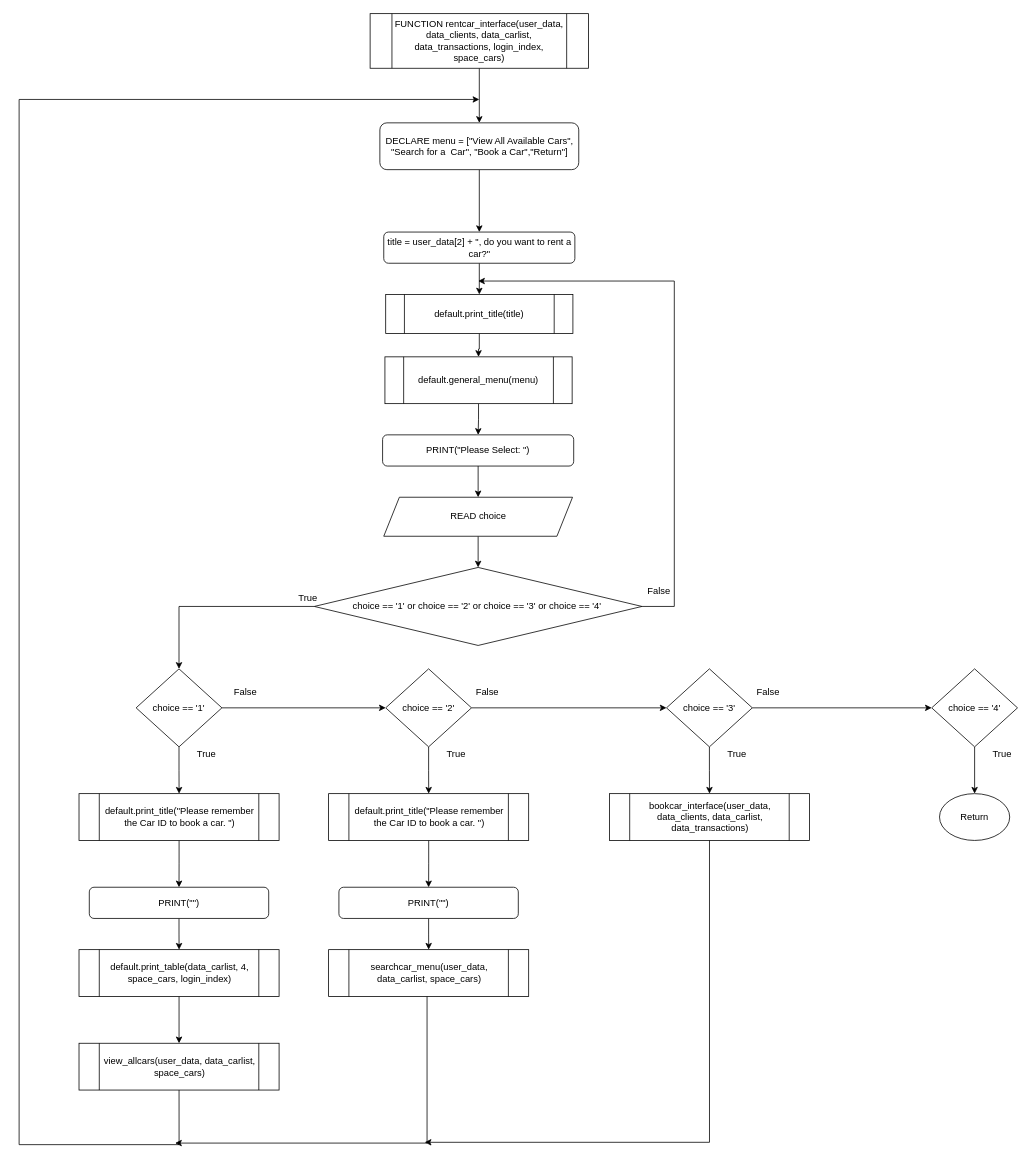
Before: Flowchart/clients/rentcar_interface.drawio in RabbitBear00/Car-Rental-System, a draw.io diagram. Source tidied: cells renumbered, new cells numbered last; positions are measured from the earlier drawing's top-left corner, leaving out a move shared by most shapes. Both pictures are drawn from the tidied source at 78%, with x=0, y=0 at pixel (19, 13).
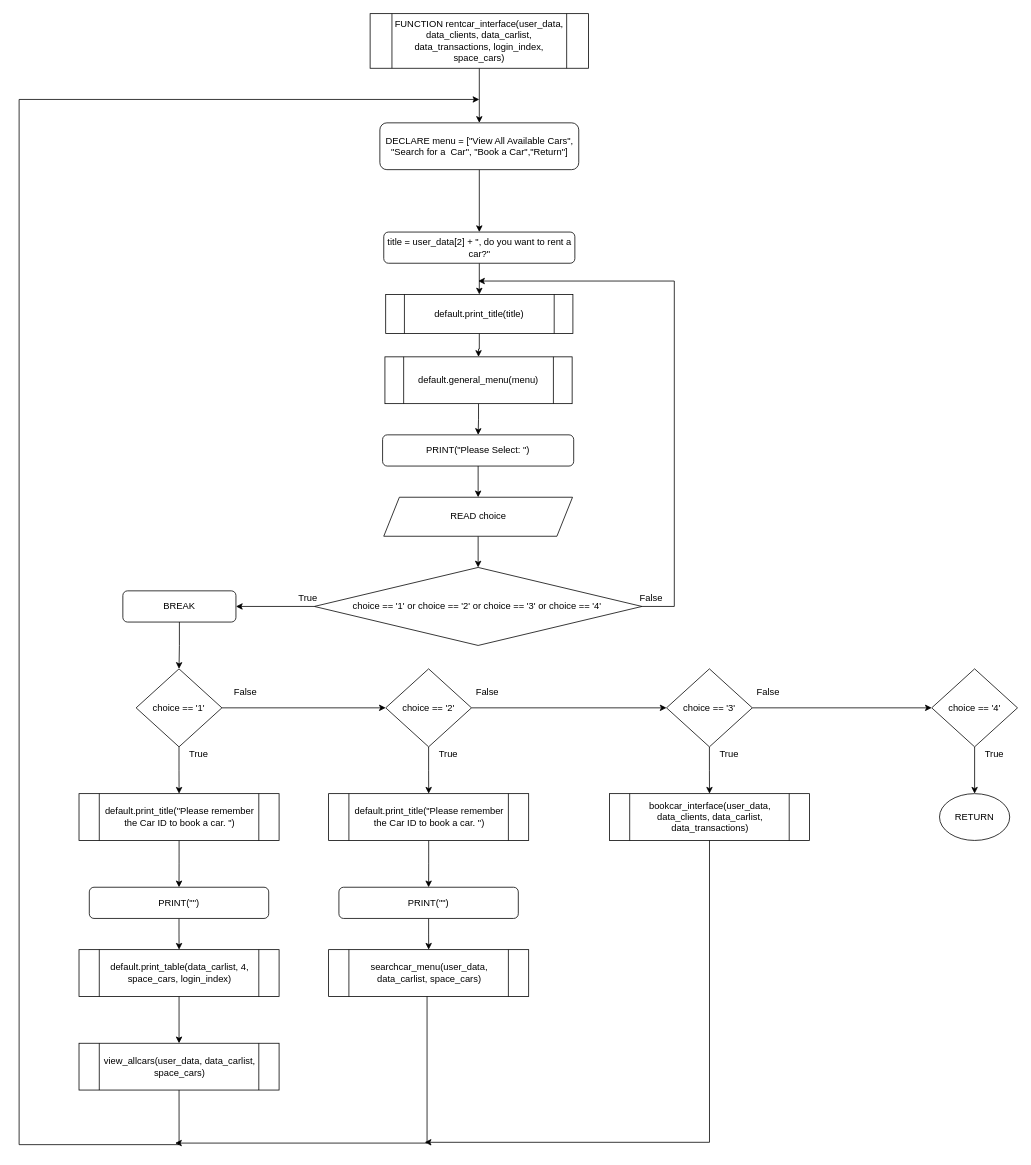
The same diagram, later.

The change refers to these unchanged cells:
```xml
<mxCell id="8" value="choice == '1' or choice == '2' or choice == '3' or choice == '4'&amp;nbsp;" style="rhombus;whiteSpace=wrap;html=1;" parent="1" vertex="1">
  <mxGeometry x="378.5" y="710" width="420" height="100" as="geometry" />
</mxCell>
<mxCell id="15" value="choice == '1'" style="rhombus;whiteSpace=wrap;html=1;" parent="1" vertex="1">
  <mxGeometry x="150" y="840" width="110" height="100" as="geometry" />
</mxCell>
```

Change to the diagram source:
```diff
@@
-    <mxCell id="6" style="edgeStyle=orthogonalEdgeStyle;rounded=0;jettySize=auto;html=1;exitX=0;exitY=0.5;exitDx=0;exitDy=0;entryX=0.5;entryY=0;entryDx=0;entryDy=0;" parent="1" edge="1" source="8" target="15">
-      <mxGeometry relative="1" as="geometry" />
-    </mxCell>
@@
+    <mxCell id="56" style="edgeStyle=orthogonalEdgeStyle;rounded=0;jettySize=auto;html=1;" parent="1" edge="1" source="8" target="58">
+      <mxGeometry relative="1" as="geometry" />
+    </mxCell>
@@
     <mxCell id="24" value="False" style="text;html=1;align=center;verticalAlign=middle;strokeColor=none;" parent="1" vertex="1">
-      <mxGeometry x="800" y="730" width="40" height="20" as="geometry" />
+      <mxGeometry x="790" y="740" width="40" height="20" as="geometry" />
     </mxCell>
@@
     <mxCell id="29" value="True" style="text;html=1;align=center;verticalAlign=middle;strokeColor=none;" parent="1" vertex="1">
-      <mxGeometry x="220" y="940" width="40" height="20" as="geometry" />
+      <mxGeometry x="210" y="940" width="40" height="20" as="geometry" />
     </mxCell>
     <mxCell id="30" value="True" style="text;html=1;align=center;verticalAlign=middle;strokeColor=none;" parent="1" vertex="1">
-      <mxGeometry x="540" y="940" width="40" height="20" as="geometry" />
+      <mxGeometry x="530" y="940" width="40" height="20" as="geometry" />
     </mxCell>
     <mxCell id="31" value="True" style="text;html=1;align=center;verticalAlign=middle;strokeColor=none;" parent="1" vertex="1">
-      <mxGeometry x="900" y="940" width="40" height="20" as="geometry" />
+      <mxGeometry x="890" y="940" width="40" height="20" as="geometry" />
     </mxCell>
     <mxCell id="32" value="True" style="text;html=1;align=center;verticalAlign=middle;strokeColor=none;" parent="1" vertex="1">
-      <mxGeometry x="1240" y="940" width="40" height="20" as="geometry" />
+      <mxGeometry x="1230" y="940" width="40" height="20" as="geometry" />
     </mxCell>
-    <mxCell id="33" value="Return" style="ellipse;whiteSpace=wrap;html=1;" parent="1" vertex="1">
+    <mxCell id="33" value="RETURN" style="ellipse;whiteSpace=wrap;html=1;" parent="1" vertex="1">
       <mxGeometry x="1180" y="1000" width="90" height="60" as="geometry" />
     </mxCell>
@@
+    <mxCell id="57" style="edgeStyle=orthogonalEdgeStyle;rounded=0;jettySize=auto;html=1;" parent="1" edge="1" source="58" target="15">
+      <mxGeometry relative="1" as="geometry" />
+    </mxCell>
+    <mxCell id="58" value="BREAK" style="rounded=1;whiteSpace=wrap;html=1;" parent="1" vertex="1">
+      <mxGeometry x="133" y="740" width="145" height="40" as="geometry" />
+    </mxCell>
```
